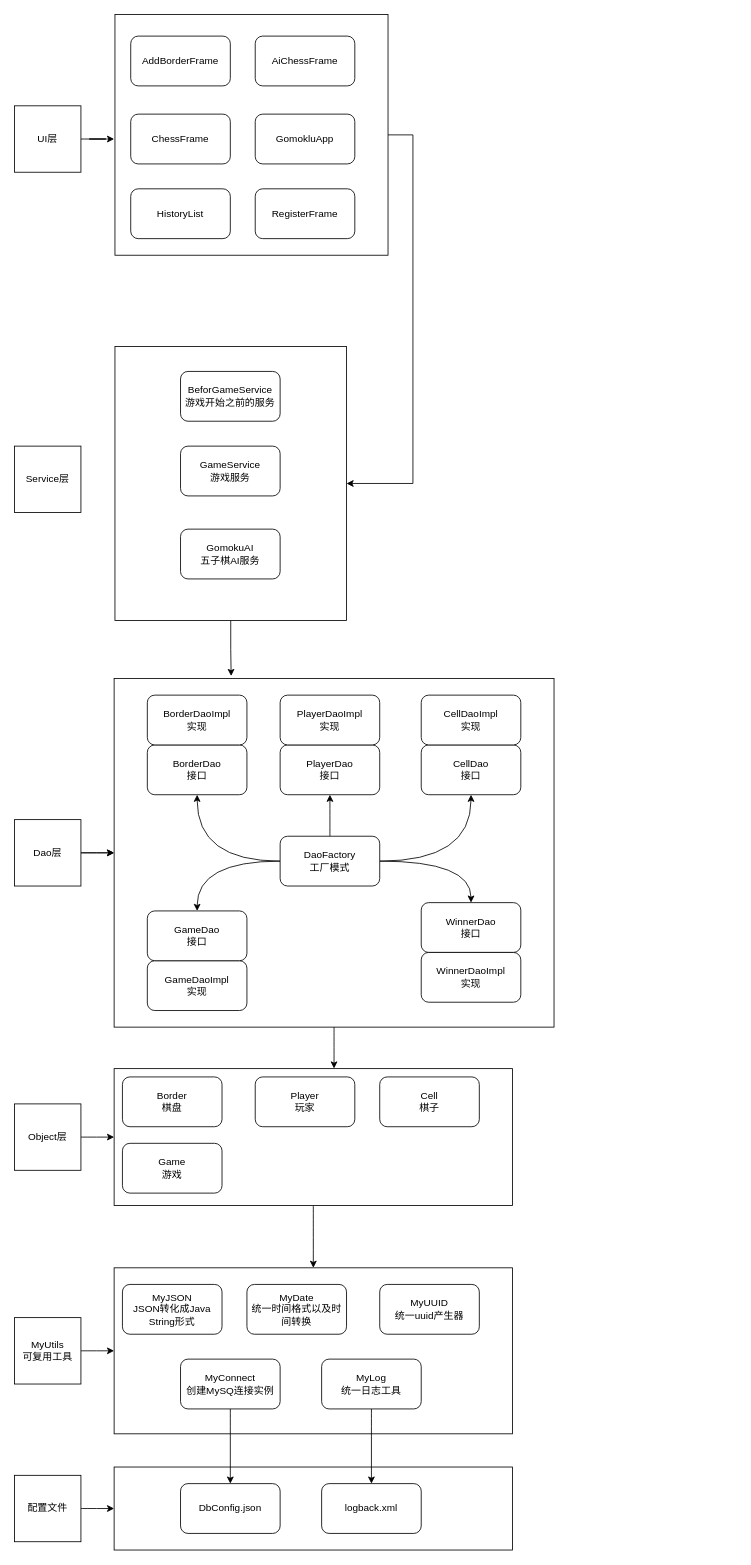
Above: 系统架构图.drawio in FreeMan271828/Gomoku (draw.io), before the change. Source tidied: cells renumbered, new cells numbered last; positions are measured from the earlier drawing's top-left corner, leaving out a move shared by most shapes. Both pictures are drawn from the tidied source at 83%, with x=0, y=0 at pixel (14, 14).
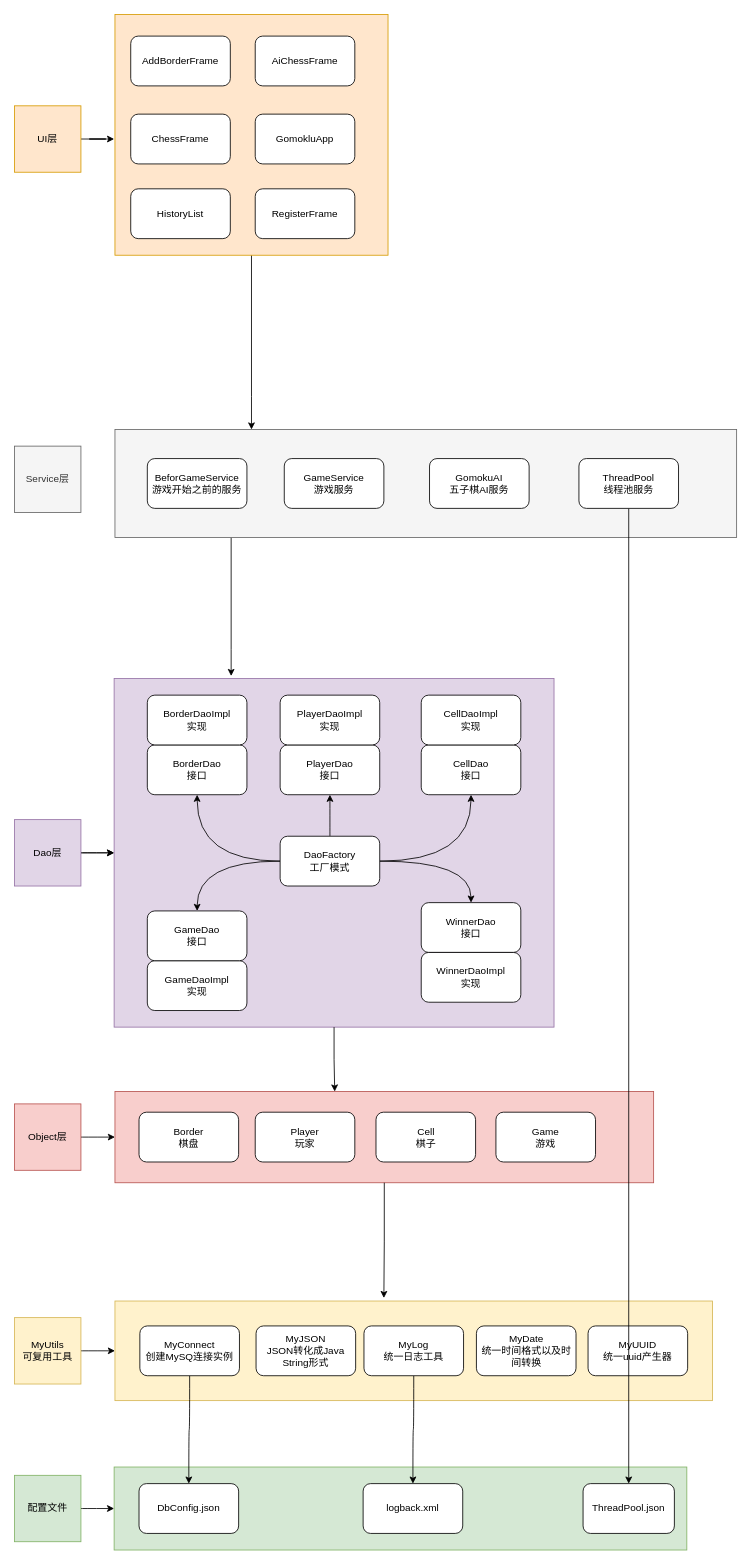
Above is the later version.

Change to the diagram source:
```diff
@@
-    <mxCell id="3" style="rounded=0;whiteSpace=wrap;html=1;" parent="1" vertex="1">
-      <mxGeometry x="121" y="400" width="279" height="330" as="geometry" />
+    <mxCell id="3" style="rounded=0;whiteSpace=wrap;html=1;fillColor=#f5f5f5;fontColor=#333333;strokeColor=#666666;" parent="1" vertex="1">
+      <mxGeometry x="121" y="500" width="749" height="130" as="geometry" />
     </mxCell>
-    <mxCell id="4" style="rounded=0;whiteSpace=wrap;html=1;" parent="1" vertex="1">
+    <mxCell id="4" style="rounded=0;whiteSpace=wrap;html=1;fillColor=#e1d5e7;strokeColor=#9673a6;" parent="1" vertex="1">
       <mxGeometry x="120" y="800" width="530" height="420" as="geometry" />
     </mxCell>
-    <mxCell id="5" style="rounded=0;whiteSpace=wrap;html=1;" parent="1" vertex="1">
-      <mxGeometry x="120" y="1750" width="480" height="100" as="geometry" />
+    <mxCell id="5" style="rounded=0;whiteSpace=wrap;html=1;fillColor=#d5e8d4;strokeColor=#82b366;" parent="1" vertex="1">
+      <mxGeometry x="120" y="1750" width="690" height="100" as="geometry" />
     </mxCell>
-    <mxCell id="6" style="rounded=0;whiteSpace=wrap;html=1;" parent="1" vertex="1">
-      <mxGeometry x="120" y="1510" width="480" height="200" as="geometry" />
+    <mxCell id="6" style="rounded=0;whiteSpace=wrap;html=1;fillColor=#fff2cc;strokeColor=#d6b656;" parent="1" vertex="1">
+      <mxGeometry x="121" y="1550" width="720" height="120" as="geometry" />
     </mxCell>
@@
     <mxCell id="8" value="MyConnect&lt;div&gt;创建MySQ连接实例&lt;/div&gt;" style="rounded=1;whiteSpace=wrap;html=1;" parent="1" vertex="1">
-      <mxGeometry x="200" y="1620" width="120" height="60" as="geometry" />
+      <mxGeometry x="151" y="1580" width="120" height="60" as="geometry" />
     </mxCell>
@@
-    <mxCell id="10" value="&lt;div&gt;MyUtils&lt;/div&gt;可复用工具" style="whiteSpace=wrap;html=1;" parent="1" vertex="1">
+    <mxCell id="10" value="&lt;div&gt;MyUtils&lt;/div&gt;可复用工具" style="whiteSpace=wrap;html=1;fillColor=#fff2cc;strokeColor=#d6b656;" parent="1" vertex="1">
       <mxGeometry y="1570" width="80" height="80" as="geometry" />
     </mxCell>
@@
-    <mxCell id="12" value="配置文件" style="whiteSpace=wrap;html=1;" parent="1" vertex="1">
+    <mxCell id="12" value="配置文件" style="whiteSpace=wrap;html=1;fillColor=#d5e8d4;strokeColor=#82b366;" parent="1" vertex="1">
       <mxGeometry y="1760" width="80" height="80" as="geometry" />
     </mxCell>
     <mxCell id="13" value="DbConfig.json" style="rounded=1;whiteSpace=wrap;html=1;" parent="1" vertex="1">
-      <mxGeometry x="200" y="1770" width="120" height="60" as="geometry" />
+      <mxGeometry x="150" y="1770" width="120" height="60" as="geometry" />
     </mxCell>
     <mxCell id="14" value="logback.xml" style="rounded=1;whiteSpace=wrap;html=1;" parent="1" vertex="1">
-      <mxGeometry x="370" y="1770" width="120" height="60" as="geometry" />
+      <mxGeometry x="420" y="1770" width="120" height="60" as="geometry" />
     </mxCell>
     <mxCell id="15" value="MyDate&lt;div&gt;统一时间格式以及时间转换&lt;/div&gt;" style="rounded=1;whiteSpace=wrap;html=1;" parent="1" vertex="1">
-      <mxGeometry x="280" y="1530" width="120" height="60" as="geometry" />
+      <mxGeometry x="556.5" y="1580" width="120" height="60" as="geometry" />
     </mxCell>
     <mxCell id="16" value="MyJSON&lt;div&gt;JSON转化成Java String形式&lt;/div&gt;" style="rounded=1;whiteSpace=wrap;html=1;" parent="1" vertex="1">
-      <mxGeometry x="130" y="1530" width="120" height="60" as="geometry" />
+      <mxGeometry x="291" y="1580" width="120" height="60" as="geometry" />
     </mxCell>
@@
     <mxCell id="18" value="MyLog&lt;div&gt;统一日志工具&lt;/div&gt;" style="rounded=1;whiteSpace=wrap;html=1;" parent="1" vertex="1">
-      <mxGeometry x="370" y="1620" width="120" height="60" as="geometry" />
+      <mxGeometry x="421" y="1580" width="120" height="60" as="geometry" />
     </mxCell>
     <mxCell id="19" value="MyUUID&lt;div&gt;统一uuid产生器&lt;/div&gt;" style="rounded=1;whiteSpace=wrap;html=1;" parent="1" vertex="1">
-      <mxGeometry x="440" y="1530" width="120" height="60" as="geometry" />
+      <mxGeometry x="691" y="1580" width="120" height="60" as="geometry" />
     </mxCell>
-    <mxCell id="20" style="edgeStyle=orthogonalEdgeStyle;rounded=0;jettySize=auto;html=1;curved=1;" parent="1" edge="1" source="21" target="6">
-      <mxGeometry relative="1" as="geometry" />
-    </mxCell>
-    <mxCell id="21" style="rounded=0;whiteSpace=wrap;html=1;" parent="1" vertex="1">
-      <mxGeometry x="120" y="1270" width="480" height="165" as="geometry" />
+    <mxCell id="21" style="rounded=0;whiteSpace=wrap;html=1;fillColor=#f8cecc;strokeColor=#b85450;" parent="1" vertex="1">
+      <mxGeometry x="121" y="1297.5" width="649" height="110" as="geometry" />
     </mxCell>
@@
-    <mxCell id="23" value="Object层" style="whiteSpace=wrap;html=1;" parent="1" vertex="1">
+    <mxCell id="23" value="Object层" style="whiteSpace=wrap;html=1;fillColor=#f8cecc;strokeColor=#b85450;" parent="1" vertex="1">
       <mxGeometry y="1312.5" width="80" height="80" as="geometry" />
     </mxCell>
     <mxCell id="24" value="Border&lt;div&gt;棋盘&lt;/div&gt;" style="rounded=1;whiteSpace=wrap;html=1;" parent="1" vertex="1">
-      <mxGeometry x="130" y="1280" width="120" height="60" as="geometry" />
+      <mxGeometry x="150" y="1322.5" width="120" height="60" as="geometry" />
     </mxCell>
     <mxCell id="25" value="Player&lt;div&gt;玩家&lt;/div&gt;" style="rounded=1;whiteSpace=wrap;html=1;" parent="1" vertex="1">
-      <mxGeometry x="290" y="1280" width="120" height="60" as="geometry" />
+      <mxGeometry x="290" y="1322.5" width="120" height="60" as="geometry" />
     </mxCell>
     <mxCell id="26" value="Cell&lt;div&gt;棋子&lt;/div&gt;" style="rounded=1;whiteSpace=wrap;html=1;" parent="1" vertex="1">
-      <mxGeometry x="440" y="1280" width="120" height="60" as="geometry" />
+      <mxGeometry x="435.5" y="1322.5" width="120" height="60" as="geometry" />
     </mxCell>
     <mxCell id="27" value="Game&lt;div&gt;游戏&lt;/div&gt;" style="rounded=1;whiteSpace=wrap;html=1;" parent="1" vertex="1">
-      <mxGeometry x="130" y="1360" width="120" height="60" as="geometry" />
+      <mxGeometry x="580" y="1322.5" width="120" height="60" as="geometry" />
     </mxCell>
@@
-    <mxCell id="49" style="edgeStyle=orthogonalEdgeStyle;rounded=0;jettySize=auto;html=1;entryX=0.552;entryY=-0.001;entryDx=0;entryDy=0;entryPerimeter=0;curved=1;" parent="1" edge="1" source="4" target="21">
-      <mxGeometry relative="1" as="geometry" />
-    </mxCell>
@@
-    <mxCell id="52" value="Dao层" style="whiteSpace=wrap;html=1;" parent="1" vertex="1">
+    <mxCell id="52" value="Dao层" style="whiteSpace=wrap;html=1;fillColor=#e1d5e7;strokeColor=#9673a6;" parent="1" vertex="1">
       <mxGeometry y="970" width="80" height="80" as="geometry" />
     </mxCell>
-    <mxCell id="53" value="Service层" style="whiteSpace=wrap;html=1;" parent="1" vertex="1">
+    <mxCell id="53" value="Service层" style="whiteSpace=wrap;html=1;fillColor=#f5f5f5;fontColor=#333333;strokeColor=#666666;" parent="1" vertex="1">
       <mxGeometry y="520" width="80" height="80" as="geometry" />
     </mxCell>
     <mxCell id="54" value="BeforGameService&lt;div&gt;游戏开始之前的服务&lt;/div&gt;" style="rounded=1;whiteSpace=wrap;html=1;" parent="1" vertex="1">
-      <mxGeometry x="200" y="430" width="120" height="60" as="geometry" />
+      <mxGeometry x="160" y="535" width="120" height="60" as="geometry" />
     </mxCell>
-    <mxCell id="55" value="GameService&lt;div&gt;游戏服务&lt;/div&gt;" style="rounded=1;whiteSpace=wrap;html=1;" parent="1" vertex="1">
-      <mxGeometry x="200" y="520" width="120" height="60" as="geometry" />
-    </mxCell>
     <mxCell id="56" value="GomokuAI&lt;div&gt;五子棋AI服务&lt;/div&gt;" style="rounded=1;whiteSpace=wrap;html=1;" parent="1" vertex="1">
-      <mxGeometry x="200" y="620" width="120" height="60" as="geometry" />
+      <mxGeometry x="500" y="535" width="120" height="60" as="geometry" />
     </mxCell>
@@
-    <mxCell id="58" value="UI层" style="whiteSpace=wrap;html=1;" parent="1" vertex="1">
+    <mxCell id="58" value="UI层" style="whiteSpace=wrap;html=1;fillColor=#ffe6cc;strokeColor=#d79b00;" parent="1" vertex="1">
       <mxGeometry y="110" width="80" height="80" as="geometry" />
     </mxCell>
-    <mxCell id="59" style="edgeStyle=entityRelationEdgeStyle;rounded=0;jettySize=auto;html=1;entryX=1;entryY=0.5;entryDx=0;entryDy=0;" parent="1" edge="1" source="60" target="3">
-      <mxGeometry relative="1" as="geometry" />
+    <mxCell id="59" style="edgeStyle=orthogonalEdgeStyle;rounded=0;jettySize=auto;html=1;" parent="1" edge="1" source="60" target="3">
+      <mxGeometry relative="1" as="geometry">
+        <Array as="points">
+          <mxPoint x="286" y="460" />
+          <mxPoint x="286" y="460" />
+        </Array>
+      </mxGeometry>
     </mxCell>
-    <mxCell id="60" style="rounded=0;whiteSpace=wrap;html=1;" parent="1" vertex="1">
+    <mxCell id="60" style="rounded=0;whiteSpace=wrap;html=1;fillColor=#ffe6cc;strokeColor=#d79b00;" parent="1" vertex="1">
       <mxGeometry x="121" width="329" height="290" as="geometry" />
     </mxCell>
@@
+    <mxCell id="67" value="ThreadPool.json" style="rounded=1;whiteSpace=wrap;html=1;" parent="1" vertex="1">
+      <mxGeometry x="685" y="1770" width="110" height="60" as="geometry" />
+    </mxCell>
+    <mxCell id="55" value="GameService&lt;div&gt;游戏服务&lt;/div&gt;" style="rounded=1;whiteSpace=wrap;html=1;" parent="1" vertex="1">
+      <mxGeometry x="325" y="535" width="120" height="60" as="geometry" />
+    </mxCell>
+    <mxCell id="68" style="edgeStyle=orthogonalEdgeStyle;rounded=0;jettySize=auto;html=1;" parent="1" edge="1" source="69" target="67">
+      <mxGeometry relative="1" as="geometry" />
+    </mxCell>
+    <mxCell id="69" value="ThreadPool&lt;div&gt;线程池服务&lt;/div&gt;" style="rounded=1;whiteSpace=wrap;html=1;" parent="1" vertex="1">
+      <mxGeometry x="680" y="535" width="120" height="60" as="geometry" />
+    </mxCell>
+    <mxCell id="20" style="edgeStyle=orthogonalEdgeStyle;rounded=0;jettySize=auto;html=1;entryX=0.45;entryY=-0.03;entryDx=0;entryDy=0;entryPerimeter=0;" parent="1" edge="1" source="21" target="6">
+      <mxGeometry relative="1" as="geometry" />
+    </mxCell>
+    <mxCell id="49" style="edgeStyle=orthogonalEdgeStyle;rounded=0;jettySize=auto;html=1;entryX=0.408;entryY=0.001;entryDx=0;entryDy=0;entryPerimeter=0;" parent="1" edge="1" source="4" target="21">
+      <mxGeometry relative="1" as="geometry" />
+    </mxCell>
```
